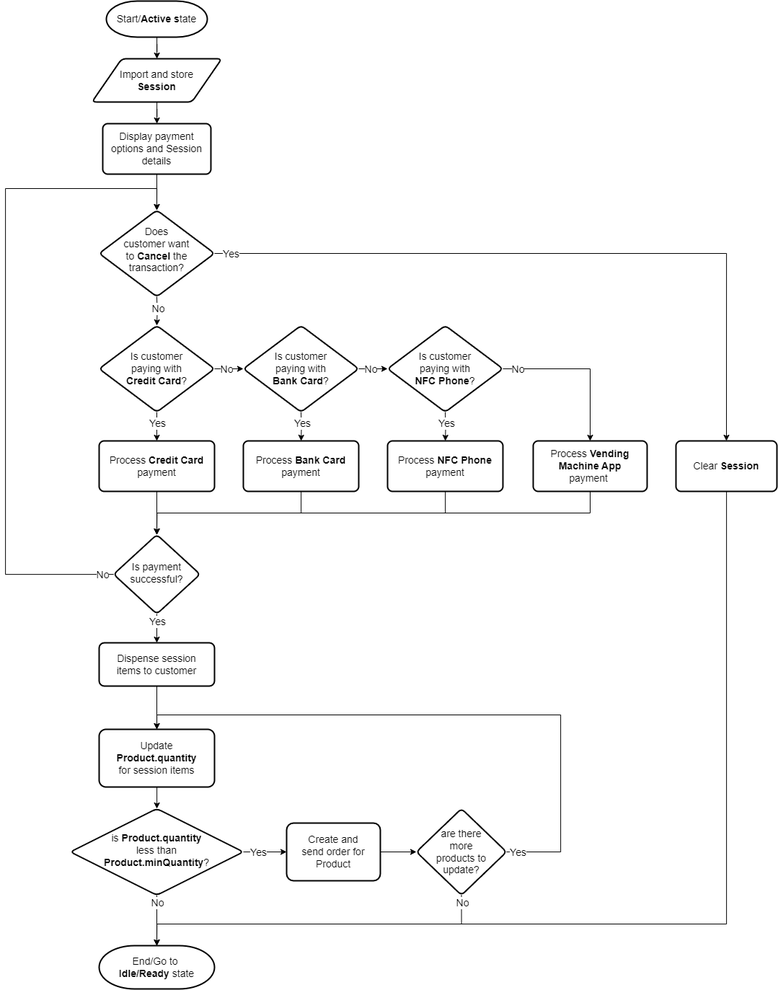
This is APS145NFF/W8/logic3-Luca Novello.png from lucanovello/Winter-2024, a draw.io export, as it was before one commit. Source tidied: cells renumbered, new cells last; positions are measured from the earlier drawing's top-left corner, leaving out a move shared by most shapes.
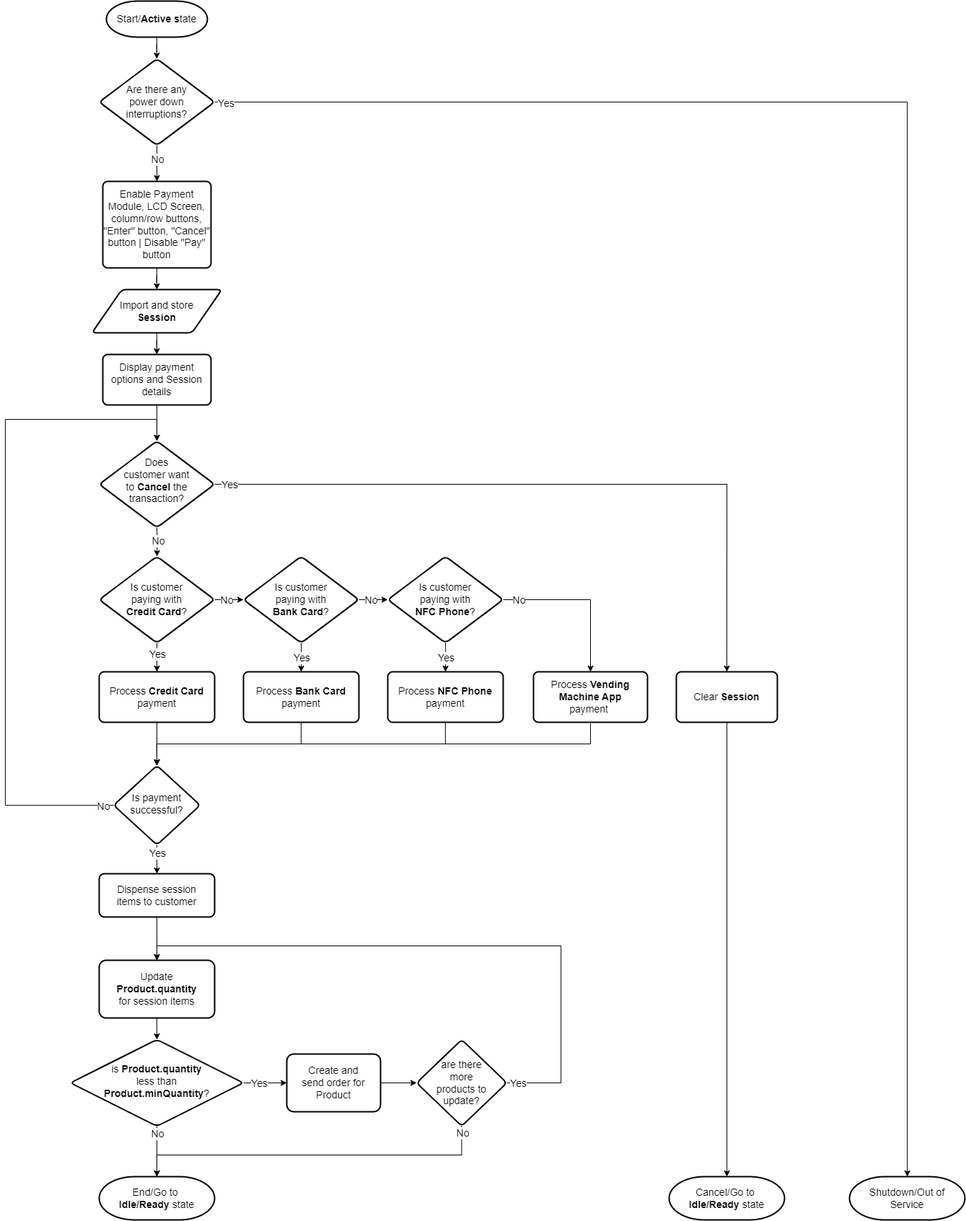
After the change.

Diff of the diagram source:
```diff
@@ -2,11 +2,11 @@
   <root>
     <mxCell id="0" />
     <mxCell id="1" parent="0" />
-    <mxCell id="2" style="edgeStyle=orthogonalEdgeStyle;rounded=0;jettySize=auto;html=1;fontSize=14;" parent="1" edge="1" source="3" target="5">
-      <mxGeometry relative="1" as="geometry" />
-    </mxCell>
+    <mxCell id="60" style="edgeStyle=orthogonalEdgeStyle;rounded=0;jettySize=auto;html=1;" parent="1" edge="1" source="3" target="63">
+      <mxGeometry relative="1" as="geometry" />
+    </mxCell>
     <mxCell id="3" value="Start/&lt;b style=&quot;font-size: 14px;&quot;&gt;Active s&lt;/b&gt;tate" style="strokeWidth=2;html=1;shape=mxgraph.flowchart.terminator;whiteSpace=wrap;rounded=0;fontSize=14;align=center;" parent="1" vertex="1">
-      <mxGeometry x="140" width="140" height="50" as="geometry" />
+      <mxGeometry x="140" y="-320" width="140" height="50" as="geometry" />
     </mxCell>
     <mxCell id="4" style="edgeStyle=orthogonalEdgeStyle;rounded=0;jettySize=auto;html=1;fontSize=14;" parent="1" edge="1" source="5" target="9">
       <mxGeometry relative="1" as="geometry" />
@@ -41,11 +41,11 @@
     <mxCell id="12" value="Does customer want to &lt;b style=&quot;font-size: 14px;&quot;&gt;C&lt;span style=&quot;font-size: 14px;&quot;&gt;ancel &lt;/span&gt;&lt;/b&gt;the transaction?" style="rhombus;whiteSpace=wrap;html=1;strokeWidth=2;rounded=1;arcSize=12;spacing=5;spacingLeft=30;spacingRight=30;fontSize=14;spacingBottom=10;" parent="1" vertex="1">
       <mxGeometry x="130" y="290" width="160" height="120" as="geometry" />
     </mxCell>
-    <mxCell id="13" style="edgeStyle=orthogonalEdgeStyle;rounded=0;jettySize=auto;html=1;entryX=0.5;entryY=0;entryDx=0;entryDy=0;entryPerimeter=0;fontSize=14;" parent="1" edge="1" source="14" target="56">
+    <mxCell id="13" style="edgeStyle=orthogonalEdgeStyle;rounded=0;jettySize=auto;html=1;entryX=0.5;entryY=0;entryDx=0;entryDy=0;entryPerimeter=0;fontSize=14;" parent="1" edge="1" source="14" target="68">
       <mxGeometry relative="1" as="geometry">
         <Array as="points">
-          <mxPoint x="1000" y="1280" />
-          <mxPoint x="210" y="1280" />
+          <mxPoint x="1000" y="1300" />
+          <mxPoint x="1000" y="1300" />
         </Array>
       </mxGeometry>
     </mxCell>
@@ -249,5 +249,39 @@
     <mxCell id="59" value="are there more products to update?" style="rhombus;whiteSpace=wrap;html=1;fontSize=14;strokeWidth=2;rounded=1;arcSize=12;spacing=0;spacingLeft=20;spacingRight=20;spacingBottom=0;" parent="1" vertex="1">
       <mxGeometry x="570" y="1120" width="125" height="120" as="geometry" />
     </mxCell>
+    <mxCell id="61" style="edgeStyle=orthogonalEdgeStyle;rounded=0;jettySize=auto;html=1;" parent="1" edge="1" source="63" target="67">
+      <mxGeometry relative="1" as="geometry" />
+    </mxCell>
+    <mxCell id="62" value="No" style="edgeLabel;html=1;align=center;verticalAlign=middle;fontSize=14;" parent="61" vertex="1">
+      <mxGeometry x="-0.62" relative="1" as="geometry">
+        <mxPoint y="10" as="offset" />
+      </mxGeometry>
+    </mxCell>
+    <mxCell id="63" value="Are there any power down interruptions?" style="rhombus;whiteSpace=wrap;html=1;strokeWidth=2;rounded=1;arcSize=12;spacing=5;spacingLeft=30;spacingRight=30;fontSize=14;" parent="1" vertex="1">
+      <mxGeometry x="130" y="-240" width="160" height="120" as="geometry" />
+    </mxCell>
+    <mxCell id="64" style="edgeStyle=orthogonalEdgeStyle;rounded=0;jettySize=auto;html=1;entryX=0.5;entryY=0;entryDx=0;entryDy=0;entryPerimeter=0;exitX=1;exitY=0.5;exitDx=0;exitDy=0;" parent="1" edge="1" source="63" target="69">
+      <mxGeometry relative="1" as="geometry">
+        <Array as="points">
+          <mxPoint x="1250" y="-180" />
+          <mxPoint x="1250" y="1310" />
+        </Array>
+      </mxGeometry>
+    </mxCell>
+    <mxCell id="65" value="Yes" style="edgeLabel;html=1;align=center;verticalAlign=middle;fontSize=14;" parent="64" vertex="1">
+      <mxGeometry x="-0.99" y="-1" relative="1" as="geometry" />
+    </mxCell>
+    <mxCell id="66" style="edgeStyle=orthogonalEdgeStyle;rounded=0;jettySize=auto;html=1;" parent="1" edge="1" source="67" target="5">
+      <mxGeometry relative="1" as="geometry" />
+    </mxCell>
+    <mxCell id="67" value="Enable Payment Module, LCD Screen, column/row buttons, &quot;Enter&quot; button, &quot;Cancel&quot; button | Disable &quot;Pay&quot; button" style="rounded=1;whiteSpace=wrap;html=1;absoluteArcSize=1;arcSize=14;strokeWidth=2;fontSize=14;" parent="1" vertex="1">
+      <mxGeometry x="135" y="-70" width="150" height="120" as="geometry" />
+    </mxCell>
+    <mxCell id="68" value="Cancel/Go to&amp;nbsp;&lt;br style=&quot;font-size: 14px;&quot;&gt;&lt;b style=&quot;font-size: 14px;&quot;&gt;Idle/Ready&lt;/b&gt; state" style="strokeWidth=2;html=1;shape=mxgraph.flowchart.terminator;whiteSpace=wrap;rounded=0;fontSize=14;align=center;spacingLeft=15;spacingRight=15;" parent="1" vertex="1">
+      <mxGeometry x="920" y="1310" width="160" height="60" as="geometry" />
+    </mxCell>
+    <mxCell id="69" value="Shutdown/Out of Service" style="strokeWidth=2;html=1;shape=mxgraph.flowchart.terminator;whiteSpace=wrap;rounded=0;fontSize=14;align=center;spacingLeft=15;spacingRight=15;" parent="1" vertex="1">
+      <mxGeometry x="1170" y="1310" width="160" height="60" as="geometry" />
+    </mxCell>
   </root>
 </mxGraphModel>
```
